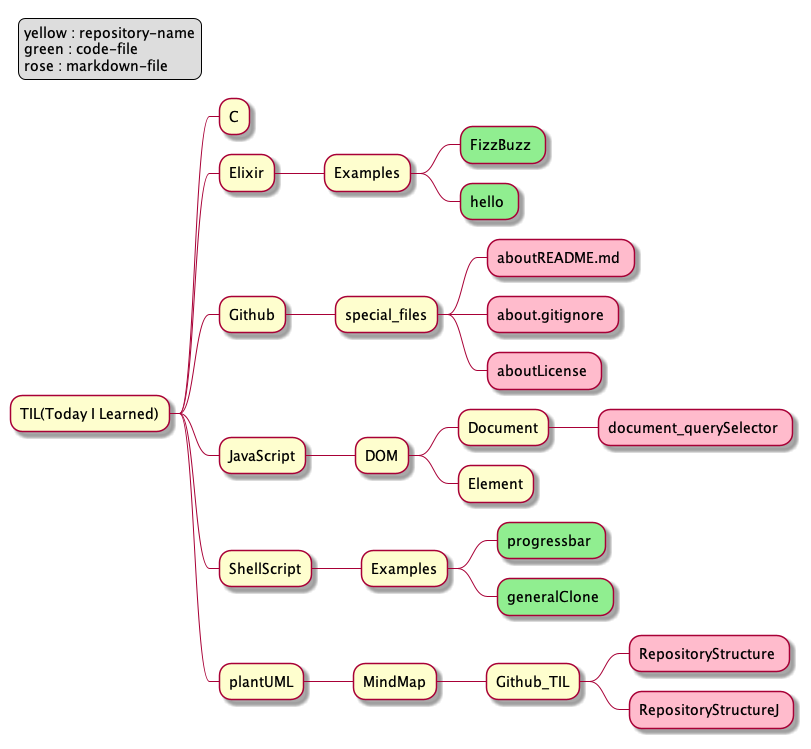
The PlantUML diagram RepositoryStructure.png in sudo-roa/TIL, before a commit. Source of this version:
```plantuml
@startmindmap RepositoryStructure
<style>
mindmapDiagram {
  .green {
    BackgroundColor #90ee90
  }
  .rose {
    BackgroundColor #FFBBCC
  }
}
</style>

* TIL(Today I Learned)

** C

** Elixir
*** Examples
**** FizzBuzz <<green>>
**** hello <<green>>

** Github
*** special_files
**** aboutREADME.md <<rose>>
**** about.gitignore <<rose>>
**** aboutLicense <<rose>>

** JavaScript
*** DOM
**** Document
***** document_querySelector <<rose>>
**** Element

** ShellScript
*** Examples
**** progressbar <<green>>
**** generalClone <<green>>

** plantUML
*** MindMap
**** Github_TIL
***** RepositoryStructure <<rose>>
***** RepositoryStructureJ <<rose>>

legend top left
    yellow : repository-name
    green : code-file
    rose : markdown-file
endlegend

@endmindmap
```
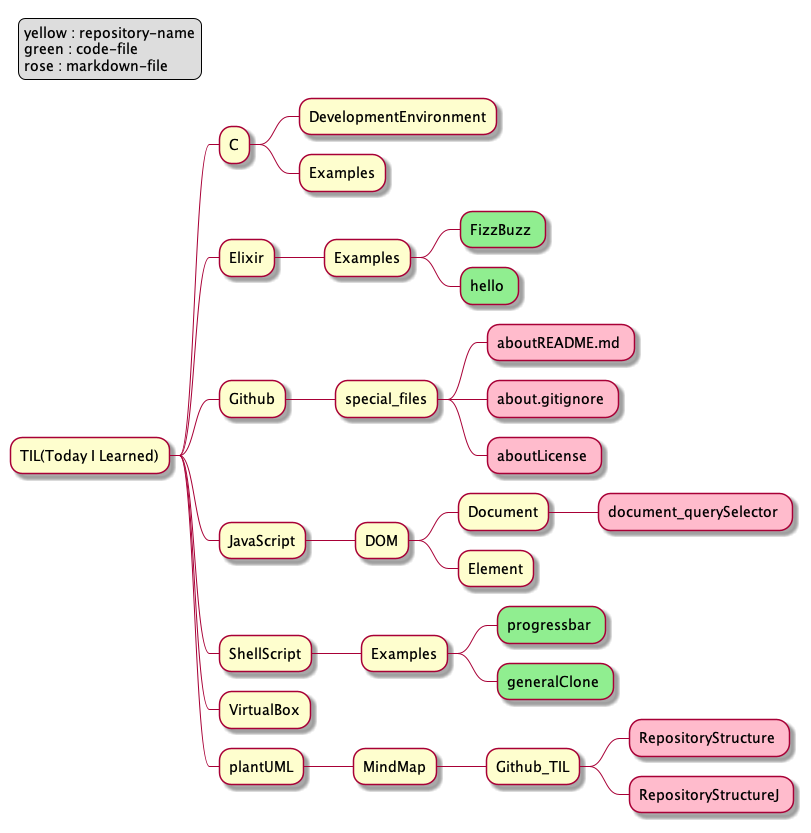
The same diagram one commit later.

Diff of the diagram source:
```diff
@@ -13,6 +13,8 @@
 * TIL(Today I Learned)
 
 ** C
+*** DevelopmentEnvironment
+*** Examples
 
 ** Elixir
 *** Examples
@@ -36,6 +38,8 @@
 **** progressbar <<green>>
 **** generalClone <<green>>
 
+** VirtualBox
+
 ** plantUML
 *** MindMap
 **** Github_TIL
```
